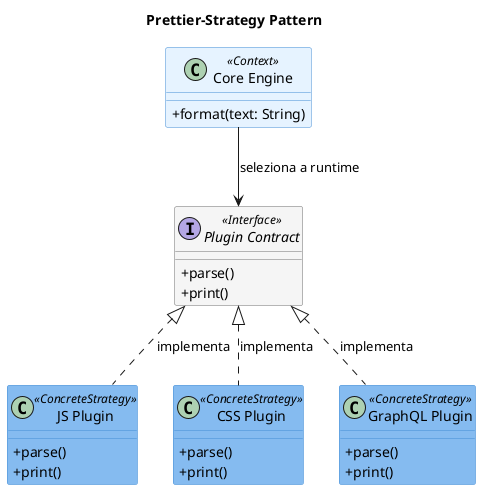
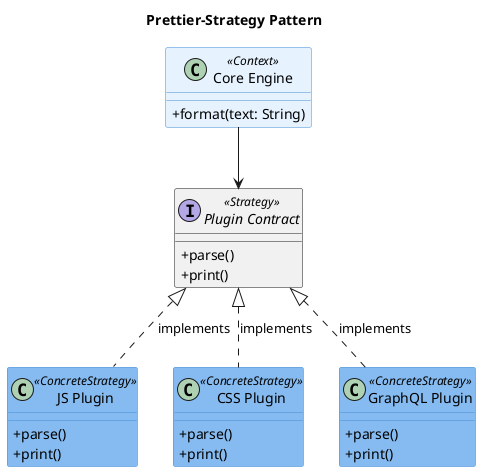
@startuml
title Prettier-Strategy Pattern
skinparam backgroundcolor ffffff
skinparam defaultFontName "Arial"
skinparam classAttributeIconSize 0

skinparam class {
    BackgroundColor<<Context>> #E6F3FF
    BorderColor<<Context>> #438dd5
    BackgroundColor<<Interface>> #F5F5F5
    BorderColor<<Interface>> #707070
    BackgroundColor<<ConcreteStrategy>> #85bbf0
    BorderColor<<ConcreteStrategy>> #438dd5
}

class "Core Engine" as CoreContext <<Context>> {
  + format(text: String)
}

- interface "Plugin Contract" as PluginStrategy <<Interface>> {
+ interface "Plugin Contract" as PluginStrategy <<Strategy>> {
  + parse()
  + print()
}

class "JS Plugin" as JSStrategy <<ConcreteStrategy>> {
  + parse()
  + print()
}

class "CSS Plugin" as CSSStrategy <<ConcreteStrategy>> {
  + parse()
  + print()
}

class "GraphQL Plugin" as GraphQLStrategy <<ConcreteStrategy>> {
  + parse()
  + print()
}

- CoreContext -down-> PluginStrategy : "seleziona a runtime"
- JSStrategy .up.|> PluginStrategy : "implementa"
- CSSStrategy .up.|> PluginStrategy : "implementa"
- GraphQLStrategy .up.|> PluginStrategy : "implementa"
+ CoreContext -down-> PluginStrategy
+ JSStrategy .up.|> PluginStrategy : "implements"
+ CSSStrategy .up.|> PluginStrategy : "implements"
+ GraphQLStrategy .up.|> PluginStrategy : "implements"

@enduml
